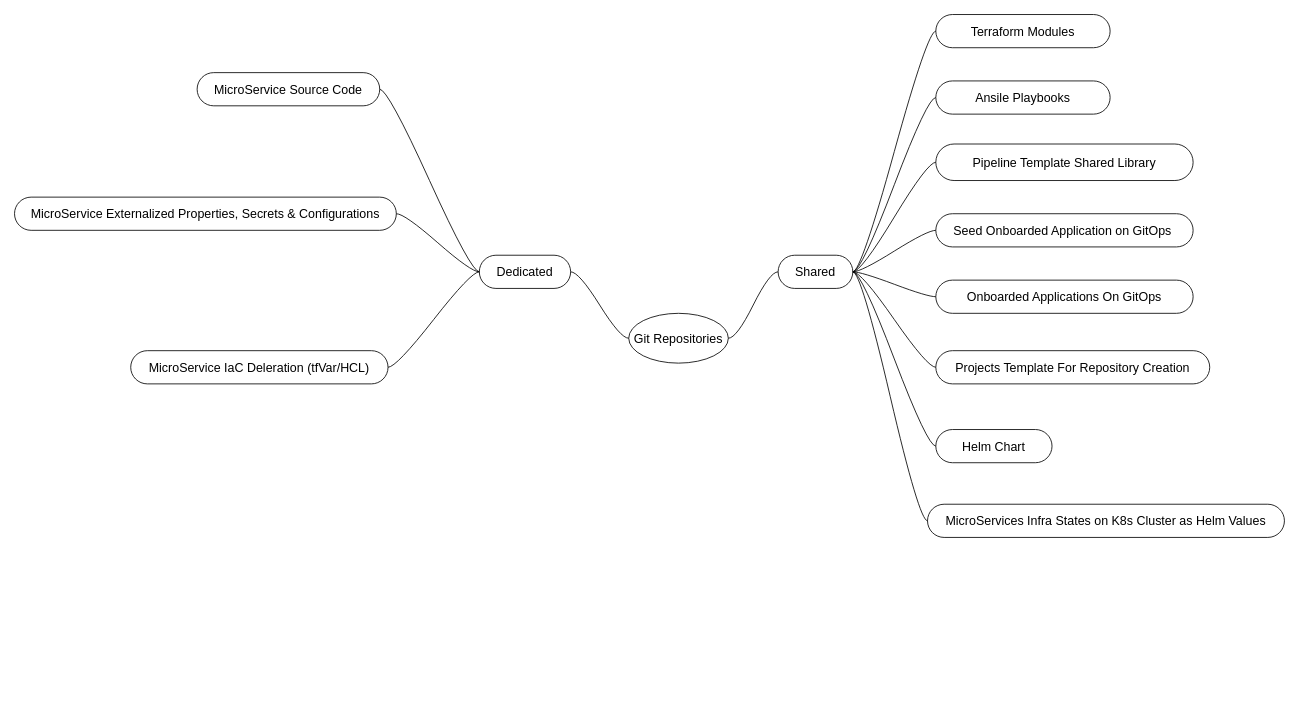
Above: gitSecOps/GitRepositories.drawio in sinhasonalkumar/diagram (draw.io), before the change. Source tidied: cells renumbered, new cells numbered last; positions are measured from the earlier drawing's top-left corner, leaving out a move shared by most shapes. Both pictures are drawn from the tidied source at 83%, with x=0, y=0 at pixel (14, 14).
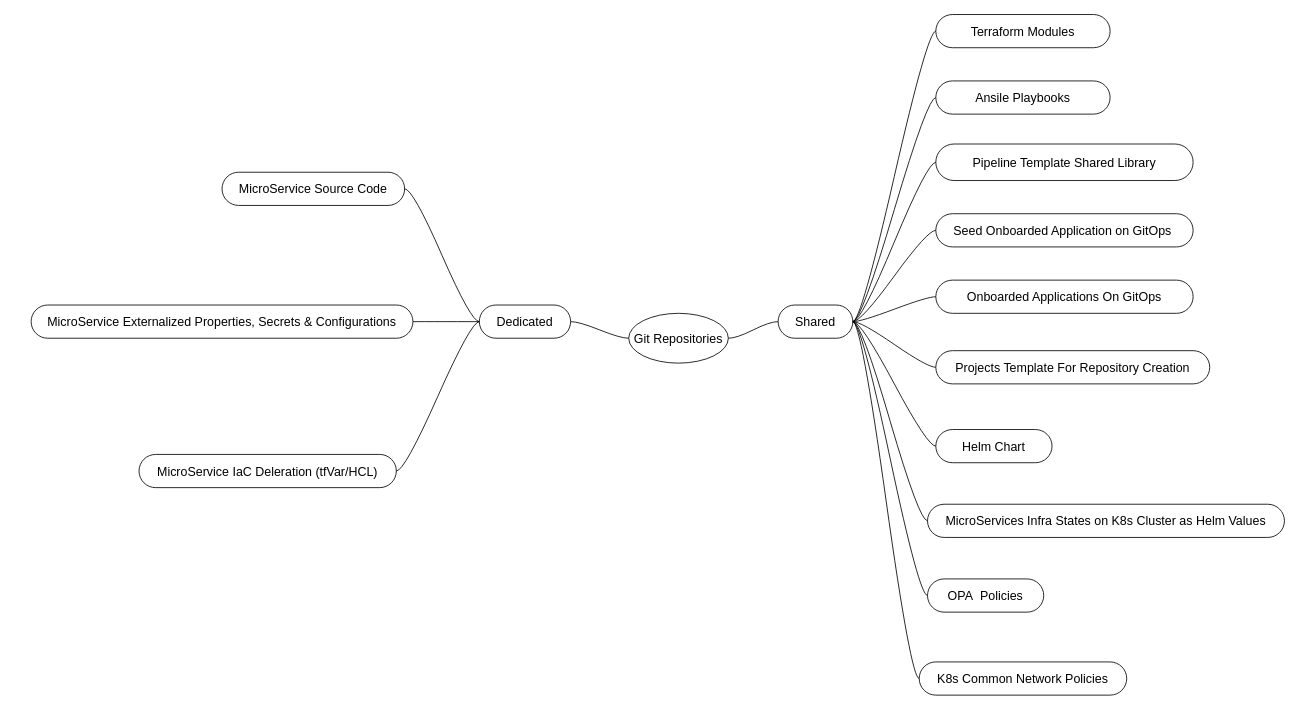
The same diagram, later.

Commit message (it also covers changes not shown here):
gitSecOps Least Git Repos

Diff of the diagram source:
```diff
@@
     <mxCell id="15" value="Shared" style="whiteSpace=wrap;html=1;rounded=1;arcSize=50;align=center;verticalAlign=middle;strokeWidth=1;spacing=4;newEdgeStyle={&quot;edgeStyle&quot;:&quot;entityRelationEdgeStyle&quot;,&quot;startArrow&quot;:&quot;none&quot;,&quot;endArrow&quot;:&quot;none&quot;,&quot;segment&quot;:10,&quot;curved&quot;:1};fontSize=15;" parent="1" vertex="1">
-      <mxGeometry x="920" y="290" width="90" height="40" as="geometry" />
+      <mxGeometry x="920" y="350" width="90" height="40" as="geometry" />
     </mxCell>
     <mxCell id="16" value="Dedicated" style="whiteSpace=wrap;html=1;rounded=1;arcSize=50;align=center;verticalAlign=middle;strokeWidth=1;spacing=4;newEdgeStyle={&quot;edgeStyle&quot;:&quot;entityRelationEdgeStyle&quot;,&quot;startArrow&quot;:&quot;none&quot;,&quot;endArrow&quot;:&quot;none&quot;,&quot;segment&quot;:10,&quot;curved&quot;:1};fontSize=15;" parent="1" vertex="1">
-      <mxGeometry x="560" y="290" width="110" height="40" as="geometry" />
+      <mxGeometry x="560" y="350" width="110" height="40" as="geometry" />
     </mxCell>
     <mxCell id="17" value="MicroService Source Code" style="whiteSpace=wrap;html=1;rounded=1;arcSize=50;align=center;verticalAlign=middle;strokeWidth=1;spacing=4;newEdgeStyle={&quot;edgeStyle&quot;:&quot;entityRelationEdgeStyle&quot;,&quot;startArrow&quot;:&quot;none&quot;,&quot;endArrow&quot;:&quot;none&quot;,&quot;segment&quot;:10,&quot;curved&quot;:1};fontSize=15;" parent="1" vertex="1">
-      <mxGeometry x="220" y="70" width="220" height="40" as="geometry" />
+      <mxGeometry x="250" y="190" width="220" height="40" as="geometry" />
     </mxCell>
@@
     <mxCell id="21" value="MicroService Externalized Properties, Secrets &amp;amp; Configurations" style="whiteSpace=wrap;html=1;rounded=1;arcSize=50;align=center;verticalAlign=middle;strokeWidth=1;spacing=4;newEdgeStyle={&quot;edgeStyle&quot;:&quot;entityRelationEdgeStyle&quot;,&quot;startArrow&quot;:&quot;none&quot;,&quot;endArrow&quot;:&quot;none&quot;,&quot;segment&quot;:10,&quot;curved&quot;:1};fontSize=15;" parent="1" vertex="1">
-      <mxGeometry y="220" width="460" height="40" as="geometry" />
+      <mxGeometry x="20" y="350" width="460" height="40" as="geometry" />
     </mxCell>
@@
     <mxCell id="23" value="MicroService IaC Deleration (tfVar/HCL)" style="whiteSpace=wrap;html=1;rounded=1;arcSize=50;align=center;verticalAlign=middle;strokeWidth=1;spacing=4;newEdgeStyle={&quot;edgeStyle&quot;:&quot;entityRelationEdgeStyle&quot;,&quot;startArrow&quot;:&quot;none&quot;,&quot;endArrow&quot;:&quot;none&quot;,&quot;segment&quot;:10,&quot;curved&quot;:1};fontSize=15;" parent="1" vertex="1">
-      <mxGeometry x="140" y="405" width="310" height="40" as="geometry" />
+      <mxGeometry x="150" y="530" width="310" height="40" as="geometry" />
     </mxCell>
@@
+    <mxCell id="29" value="&lt;font style=&quot;font-size: 15px;&quot;&gt;OPA&amp;nbsp; Policies&lt;/font&gt;" style="whiteSpace=wrap;html=1;rounded=1;arcSize=50;align=center;verticalAlign=middle;strokeWidth=1;spacing=4;newEdgeStyle={&quot;edgeStyle&quot;:&quot;entityRelationEdgeStyle&quot;,&quot;startArrow&quot;:&quot;none&quot;,&quot;endArrow&quot;:&quot;none&quot;,&quot;segment&quot;:10,&quot;curved&quot;:1};" parent="1" vertex="1">
+      <mxGeometry x="1100" y="680" width="140" height="40" as="geometry" />
+    </mxCell>
+    <mxCell id="30" style="edgeStyle=entityRelationEdgeStyle;startArrow=none;endArrow=none;segment=10;curved=1;rounded=0;" parent="1" edge="1" source="15" target="29">
+      <mxGeometry relative="1" as="geometry" />
+    </mxCell>
+    <mxCell id="31" value="K8s Common Network Policies" style="whiteSpace=wrap;html=1;rounded=1;arcSize=50;align=center;verticalAlign=middle;strokeWidth=1;spacing=4;newEdgeStyle={&quot;edgeStyle&quot;:&quot;entityRelationEdgeStyle&quot;,&quot;startArrow&quot;:&quot;none&quot;,&quot;endArrow&quot;:&quot;none&quot;,&quot;segment&quot;:10,&quot;curved&quot;:1};fontSize=15;" parent="1" vertex="1">
+      <mxGeometry x="1090" y="780" width="250" height="40" as="geometry" />
+    </mxCell>
+    <mxCell id="32" style="edgeStyle=entityRelationEdgeStyle;startArrow=none;endArrow=none;segment=10;curved=1;rounded=0;fontSize=15;exitX=1;exitY=0.5;exitDx=0;exitDy=0;" parent="1" edge="1" source="15" target="31">
+      <mxGeometry relative="1" as="geometry" />
+    </mxCell>
```
